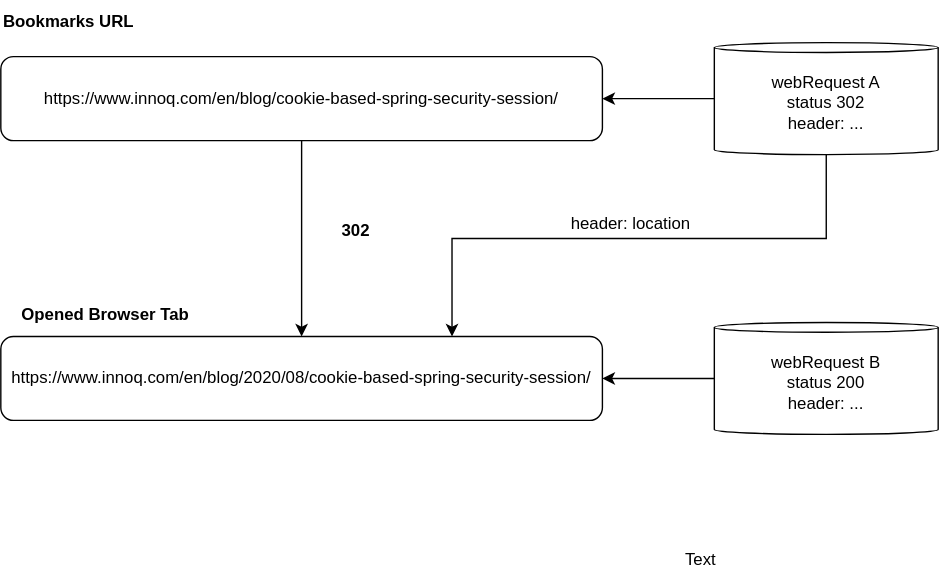
This is docs/drawio/webrequest.svg from evandor/tabsets, a draw.io export, as it was before one commit. Source tidied: cells renumbered, new cells last; positions are measured from the earlier drawing's top-left corner, leaving out a move shared by most shapes. The source it was exported from:
```xml
<mxGraphModel>
  <root>
    <mxCell id="0" />
    <mxCell id="1" parent="0" />
    <mxCell id="2" style="edgeStyle=orthogonalEdgeStyle;rounded=0;jettySize=auto;html=1;entryX=0.5;entryY=0;entryDx=0;entryDy=0;" parent="1" edge="1" source="3" target="5">
      <mxGeometry relative="1" as="geometry" />
    </mxCell>
    <mxCell id="3" value="https://www.innoq.com/en/blog/cookie-based-spring-security-session/" style="rounded=1;whiteSpace=wrap;html=1;" parent="1" vertex="1">
      <mxGeometry y="40" width="430" height="60" as="geometry" />
    </mxCell>
    <mxCell id="4" value="&lt;b&gt;Bookmarks URL&lt;/b&gt;" style="text;html=1;strokeColor=none;fillColor=none;align=left;verticalAlign=middle;whiteSpace=wrap;rounded=0;" parent="1" vertex="1">
      <mxGeometry width="120" height="30" as="geometry" />
    </mxCell>
    <mxCell id="5" value="https://www.innoq.com/en/blog/2020/08/cookie-based-spring-security-session/" style="rounded=1;whiteSpace=wrap;html=1;" parent="1" vertex="1">
      <mxGeometry y="240" width="430" height="60" as="geometry" />
    </mxCell>
    <mxCell id="6" value="&lt;b&gt;302&lt;/b&gt;" style="text;html=1;strokeColor=none;fillColor=none;align=center;verticalAlign=middle;whiteSpace=wrap;rounded=0;" parent="1" vertex="1">
      <mxGeometry x="224" y="150" width="60" height="30" as="geometry" />
    </mxCell>
    <mxCell id="7" style="edgeStyle=orthogonalEdgeStyle;rounded=0;jettySize=auto;html=1;" parent="1" edge="1" source="9" target="3">
      <mxGeometry relative="1" as="geometry" />
    </mxCell>
    <mxCell id="8" style="edgeStyle=orthogonalEdgeStyle;rounded=0;jettySize=auto;html=1;entryX=0.75;entryY=0;entryDx=0;entryDy=0;" parent="1" edge="1" source="9" target="5">
      <mxGeometry relative="1" as="geometry">
        <Array as="points">
          <mxPoint x="590" y="170" />
          <mxPoint x="323" y="170" />
        </Array>
      </mxGeometry>
    </mxCell>
    <mxCell id="9" value="webRequest A&lt;br&gt;status 302&lt;br&gt;header: ..." style="shape=cylinder3;whiteSpace=wrap;html=1;boundedLbl=1;backgroundOutline=1;size=3.5;" parent="1" vertex="1">
      <mxGeometry x="510" y="30" width="160" height="80" as="geometry" />
    </mxCell>
    <mxCell id="10" style="edgeStyle=orthogonalEdgeStyle;rounded=0;jettySize=auto;html=1;exitX=0;exitY=0.5;exitDx=0;exitDy=0;exitPerimeter=0;entryX=1;entryY=0.5;entryDx=0;entryDy=0;" parent="1" edge="1" source="11" target="5">
      <mxGeometry relative="1" as="geometry" />
    </mxCell>
    <mxCell id="11" value="webRequest B&lt;br&gt;status 200&lt;br&gt;header: ..." style="shape=cylinder3;whiteSpace=wrap;html=1;boundedLbl=1;backgroundOutline=1;size=3.5;" parent="1" vertex="1">
      <mxGeometry x="510" y="230" width="160" height="80" as="geometry" />
    </mxCell>
    <mxCell id="12" value="&lt;b&gt;Opened Browser Tab&lt;/b&gt;" style="text;html=1;strokeColor=none;fillColor=none;align=center;verticalAlign=middle;whiteSpace=wrap;rounded=0;" parent="1" vertex="1">
      <mxGeometry y="210" width="150" height="30" as="geometry" />
    </mxCell>
    <mxCell id="13" value="header: location" style="text;html=1;align=center;verticalAlign=middle;strokeColor=none;fillColor=none;" parent="1" vertex="1">
      <mxGeometry x="395" y="145" width="110" height="30" as="geometry" />
    </mxCell>
    <mxCell id="14" value="Text" style="text;html=1;align=center;verticalAlign=middle;fillColor=none;strokeColor=none;rounded=0;" parent="1" vertex="1">
      <mxGeometry x="475" y="385" width="50" height="30" as="geometry" />
    </mxCell>
  </root>
</mxGraphModel>
```
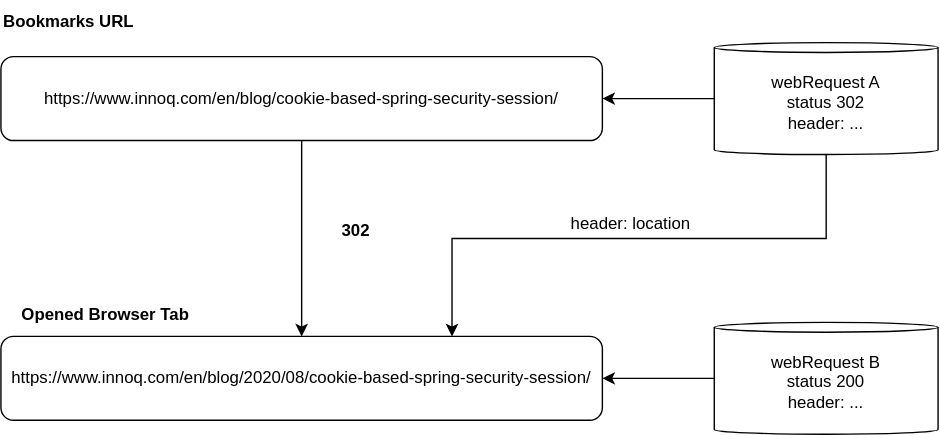
The same file after the commit.

Diff of the diagram source:
```diff
@@ -43,8 +43,5 @@
     <mxCell id="13" value="header: location" style="text;html=1;align=center;verticalAlign=middle;strokeColor=none;fillColor=none;" parent="1" vertex="1">
       <mxGeometry x="395" y="145" width="110" height="30" as="geometry" />
     </mxCell>
-    <mxCell id="14" value="Text" style="text;html=1;align=center;verticalAlign=middle;fillColor=none;strokeColor=none;rounded=0;" parent="1" vertex="1">
-      <mxGeometry x="475" y="385" width="50" height="30" as="geometry" />
-    </mxCell>
   </root>
 </mxGraphModel>
```
